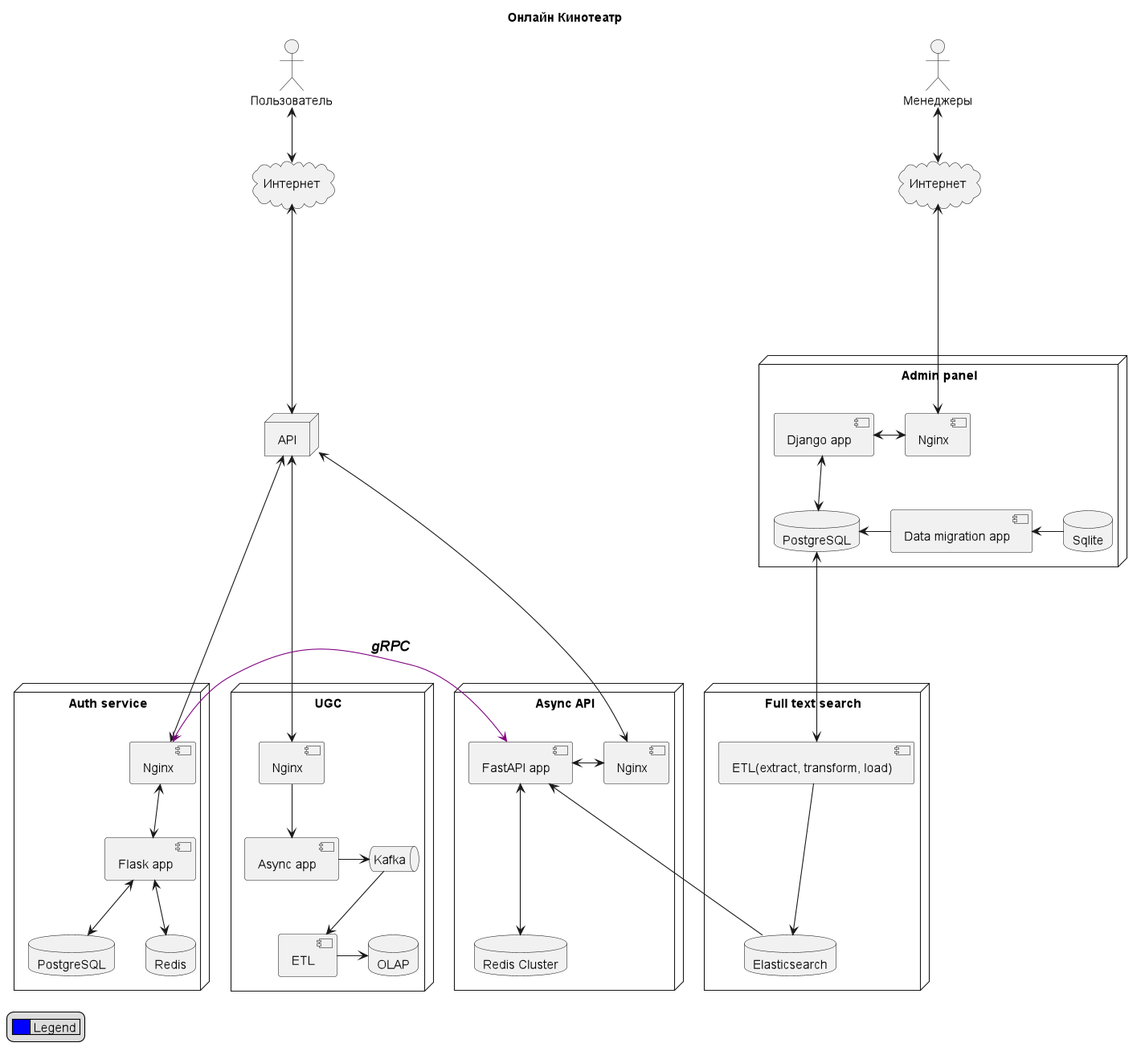
Before: diagram/diagram.png, a diagram exported from PlantUML (Natrezzim/ugc_sprint_1).
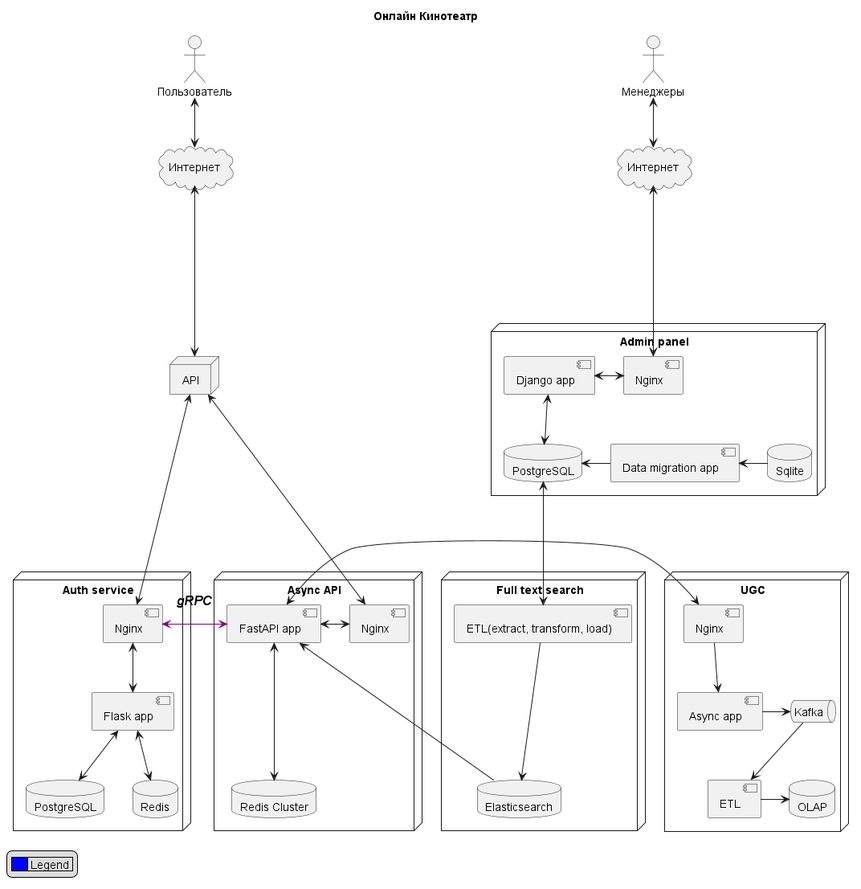
After the commit.

Commit message:
Исправление диаграммы

Diff of the diagram source:
```diff
@@ -66,7 +66,7 @@
 internet <----> api
 api <----> auth_nginx
 api <----> asyncapi_nginx
-api <----> ugc_nginx
+ugc_nginx <-> asyncapi_app
 auth_nginx <-[#800080]> asyncapi_app : <size:16><i><b>gRPC</b></i></size>\n
 
 ap_db_pg <---> fts_etl
```
